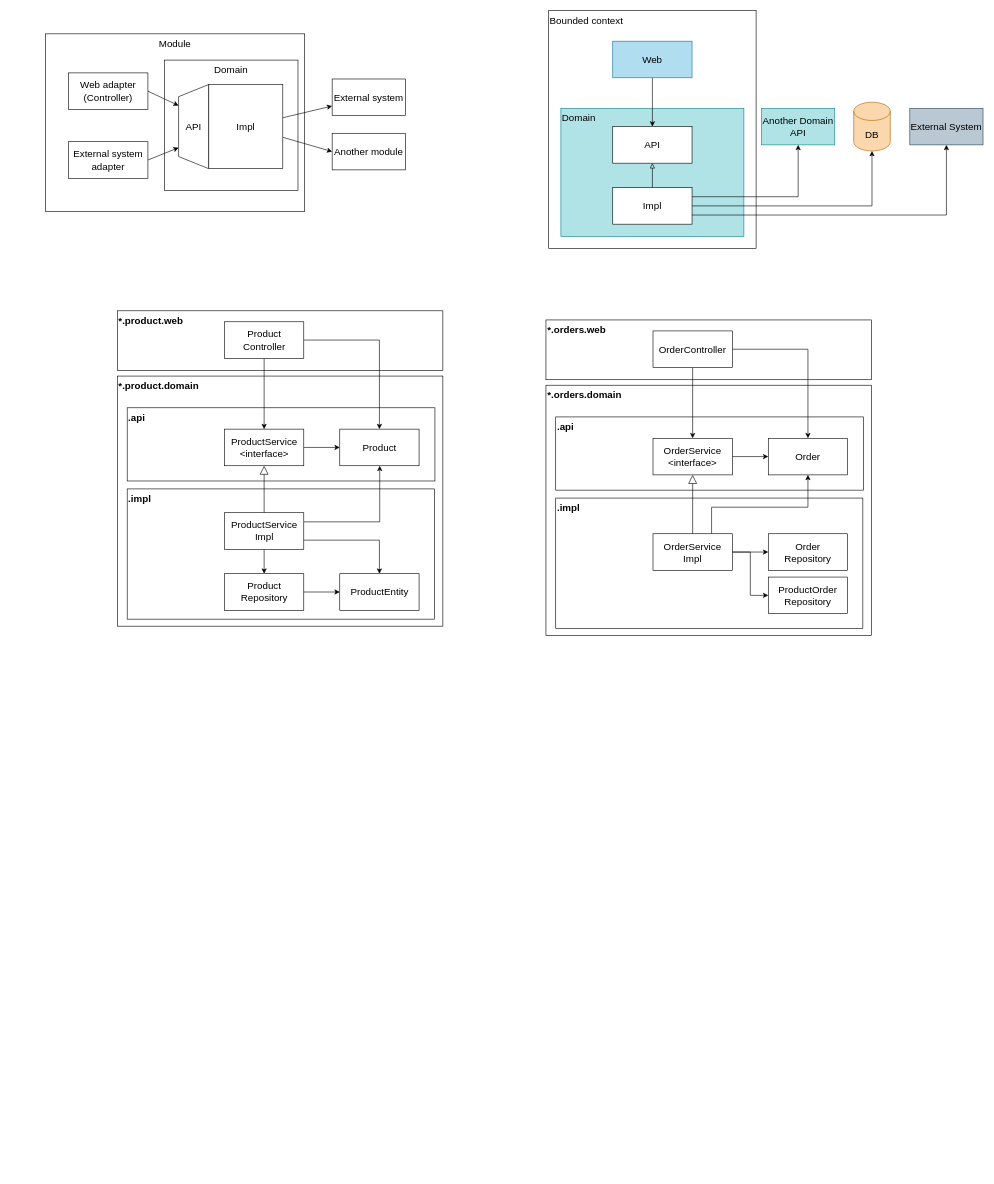
The draw.io diagram page "Yet another architecture" (5 of 5) of where-to-put-the-service.drawio in zatsepinvl/where-to-put-the-service, before the edit. Source tidied: cells renumbered, new cells numbered last; positions are measured from the earlier drawing's top-left corner, leaving out a move shared by most shapes. Both pictures are drawn from the tidied source at 61%, with x=0, y=0 at pixel (45, 10).
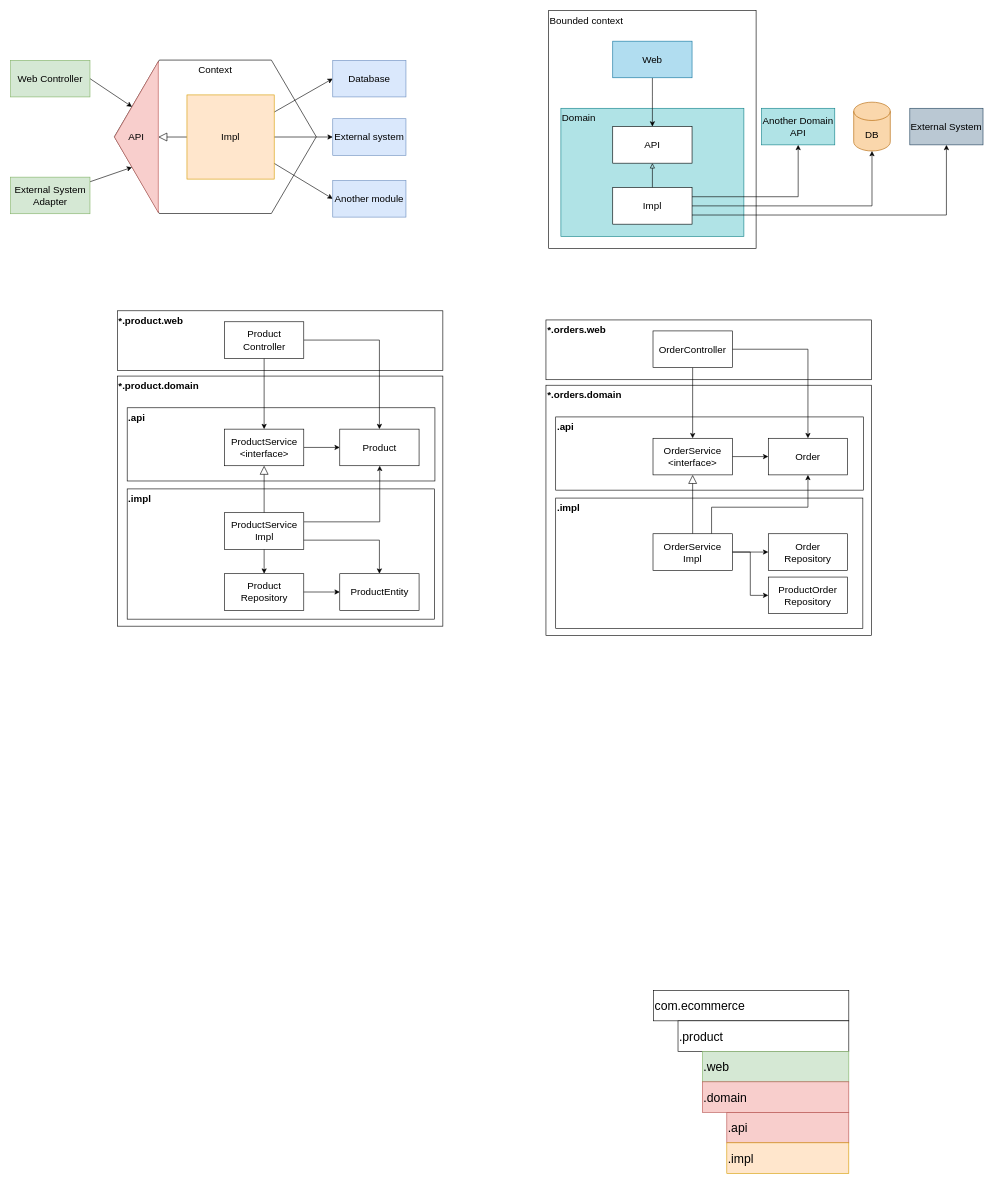
The same diagram, later.

Change to the diagram source:
```diff
@@
-    <mxCell id="2" value="Module" style="rounded=0;whiteSpace=wrap;html=1;fontSize=16;verticalAlign=top;align=center;" parent="1" vertex="1">
-      <mxGeometry y="38" width="425" height="291" as="geometry" />
-    </mxCell>
-    <mxCell id="3" value="Domain" style="rounded=0;whiteSpace=wrap;html=1;fontSize=16;verticalAlign=top;align=center;" parent="1" vertex="1">
-      <mxGeometry x="195" y="81" width="219" height="214" as="geometry" />
-    </mxCell>
+    <mxCell id="62" value="Context" style="shape=hexagon;perimeter=hexagonPerimeter2;whiteSpace=wrap;html=1;fixedSize=1;fontSize=16;size=73.60003662109375;verticalAlign=top;" parent="1" vertex="1">
+      <mxGeometry x="113" y="81" width="331" height="251.5" as="geometry" />
+    </mxCell>
@@
-    <mxCell id="52" value="API" style="shape=trapezoid;perimeter=trapezoidPerimeter;whiteSpace=wrap;html=1;fixedSize=1;rotation=90;horizontal=0;flipH=1;direction=east;flipV=1;fontSize=16;" parent="1" vertex="1">
-      <mxGeometry x="174" y="165.3" width="138.1" height="49.5" as="geometry" />
+    <mxCell id="52" value="API" style="shape=trapezoid;perimeter=trapezoidPerimeter;whiteSpace=wrap;html=1;fixedSize=1;rotation=90;horizontal=0;flipH=1;direction=east;flipV=1;fontSize=16;fillColor=#f8cecc;strokeColor=#b85450;size=147.16998168945315;" parent="1" vertex="1">
+      <mxGeometry x="25.2" y="171.2" width="247.8" height="71.9" as="geometry" />
     </mxCell>
-    <mxCell id="53" style="edgeStyle=none;rounded=0;jettySize=auto;html=1;fontSize=16;" parent="1" edge="1" source="55" target="60">
+    <mxCell id="53" style="edgeStyle=none;rounded=0;jettySize=auto;html=1;fontSize=16;entryX=0;entryY=0.5;entryDx=0;entryDy=0;" parent="1" edge="1" source="55" target="60">
       <mxGeometry relative="1" as="geometry" />
     </mxCell>
@@
+    <mxCell id="63" style="edgeStyle=none;rounded=0;jettySize=auto;html=1;startArrow=none;startFill=0;endArrow=block;endFill=0;fontSize=20;fontColor=none;endSize=12;" parent="1" edge="1" source="55" target="52">
+      <mxGeometry relative="1" as="geometry" />
+    </mxCell>
+    <mxCell id="64" style="edgeStyle=none;rounded=0;jettySize=auto;html=1;exitX=1;exitY=0.5;exitDx=0;exitDy=0;startArrow=none;startFill=0;endArrow=classic;endFill=1;fontSize=20;fontColor=none;" parent="1" edge="1" source="55" target="67">
+      <mxGeometry relative="1" as="geometry" />
+    </mxCell>
-    <mxCell id="55" value="Impl" style="rounded=0;whiteSpace=wrap;html=1;fontSize=16;" parent="1" vertex="1">
-      <mxGeometry x="267.8" y="121" width="121.3" height="138" as="geometry" />
+    <mxCell id="55" value="Impl" style="rounded=0;whiteSpace=wrap;html=1;fontSize=16;fillColor=#ffe6cc;strokeColor=#d79b00;" parent="1" vertex="1">
+      <mxGeometry x="232" y="138.1" width="143" height="138" as="geometry" />
     </mxCell>
-    <mxCell id="56" style="rounded=0;jettySize=auto;html=1;entryX=0.25;entryY=1;entryDx=0;entryDy=0;fontSize=16;" parent="1" edge="1" target="52">
-      <mxGeometry relative="1" as="geometry">
-        <mxPoint x="168" y="132" as="sourcePoint" />
-      </mxGeometry>
+    <mxCell id="56" style="rounded=0;jettySize=auto;html=1;fontSize=16;exitX=1;exitY=0.5;exitDx=0;exitDy=0;entryX=0;entryY=0.75;entryDx=0;entryDy=0;" parent="1" edge="1" source="57" target="52">
+      <mxGeometry relative="1" as="geometry" />
     </mxCell>
-    <mxCell id="57" value="Web adapter&lt;br&gt;(Controller)" style="rounded=0;whiteSpace=wrap;html=1;fontFamily=Arial;fontSize=16;shadow=0;" parent="1" vertex="1">
-      <mxGeometry x="38" y="102" width="130" height="60" as="geometry" />
+    <mxCell id="57" value="Web Controller" style="rounded=0;whiteSpace=wrap;html=1;fontFamily=Arial;fontSize=16;shadow=0;fillColor=#d5e8d4;strokeColor=#82b366;" parent="1" vertex="1">
+      <mxGeometry x="-57" y="81.4" width="130" height="60" as="geometry" />
     </mxCell>
-    <mxCell id="58" style="edgeStyle=none;rounded=0;jettySize=auto;html=1;entryX=0.75;entryY=1;entryDx=0;entryDy=0;fontSize=16;exitX=1;exitY=0.5;exitDx=0;exitDy=0;" parent="1" edge="1" source="59" target="52">
-      <mxGeometry relative="1" as="geometry" />
-    </mxCell>
-    <mxCell id="59" value="External system adapter" style="rounded=0;whiteSpace=wrap;html=1;fontFamily=Arial;fontSize=16;shadow=0;" parent="1" vertex="1">
-      <mxGeometry x="38" y="214.8" width="130" height="60" as="geometry" />
-    </mxCell>
-    <mxCell id="60" value="External system" style="rounded=0;whiteSpace=wrap;html=1;fontSize=16;" parent="1" vertex="1">
-      <mxGeometry x="470" y="112" width="120" height="60" as="geometry" />
+    <mxCell id="60" value="Database" style="rounded=0;whiteSpace=wrap;html=1;fontSize=16;fillColor=#dae8fc;strokeColor=#6c8ebf;" parent="1" vertex="1">
+      <mxGeometry x="471" y="81.4" width="120" height="60" as="geometry" />
     </mxCell>
-    <mxCell id="61" value="Another module" style="rounded=0;whiteSpace=wrap;html=1;fontSize=16;" parent="1" vertex="1">
-      <mxGeometry x="470" y="201" width="120" height="60" as="geometry" />
+    <mxCell id="61" value="Another module" style="rounded=0;whiteSpace=wrap;html=1;fontSize=16;fillColor=#dae8fc;strokeColor=#6c8ebf;" parent="1" vertex="1">
+      <mxGeometry x="471" y="278.4" width="120" height="60" as="geometry" />
     </mxCell>
+    <mxCell id="65" style="edgeStyle=none;rounded=0;jettySize=auto;html=1;startArrow=none;startFill=0;endArrow=classic;endFill=1;fontSize=20;fontColor=none;entryX=1;entryY=0.75;entryDx=0;entryDy=0;" parent="1" edge="1" source="66" target="52">
+      <mxGeometry relative="1" as="geometry" />
+    </mxCell>
+    <mxCell id="66" value="External System Adapter" style="rounded=0;whiteSpace=wrap;html=1;fontFamily=Arial;fontSize=16;shadow=0;fillColor=#d5e8d4;strokeColor=#82b366;" parent="1" vertex="1">
+      <mxGeometry x="-57" y="272.9" width="130" height="60" as="geometry" />
+    </mxCell>
+    <mxCell id="67" value="External system" style="rounded=0;whiteSpace=wrap;html=1;fontSize=16;fillColor=#dae8fc;strokeColor=#6c8ebf;" parent="1" vertex="1">
+      <mxGeometry x="471" y="177.1" width="120" height="60" as="geometry" />
+    </mxCell>
+    <mxCell id="68" value="com.ecommerce" style="rounded=0;whiteSpace=wrap;html=1;verticalAlign=middle;fontSize=20;align=left;" parent="1" vertex="1">
+      <mxGeometry x="997" y="1606" width="320" height="50" as="geometry" />
+    </mxCell>
+    <mxCell id="69" value=".product" style="rounded=0;whiteSpace=wrap;html=1;fontSize=20;fontColor=none;align=left;verticalAlign=middle;" parent="1" vertex="1">
+      <mxGeometry x="1037" y="1656" width="280" height="50" as="geometry" />
+    </mxCell>
+    <mxCell id="70" value=".web" style="rounded=0;whiteSpace=wrap;html=1;fontSize=20;align=left;fillColor=#d5e8d4;strokeColor=#82b366;verticalAlign=middle;" parent="1" vertex="1">
+      <mxGeometry x="1077" y="1706" width="240" height="50" as="geometry" />
+    </mxCell>
+    <mxCell id="71" value=".api" style="rounded=0;whiteSpace=wrap;html=1;fontSize=20;align=left;fillColor=#f8cecc;strokeColor=#b85450;verticalAlign=middle;" parent="1" vertex="1">
+      <mxGeometry x="1117" y="1806" width="200" height="50" as="geometry" />
+    </mxCell>
+    <mxCell id="72" value=".impl" style="rounded=0;whiteSpace=wrap;html=1;fontSize=20;align=left;fillColor=#ffe6cc;strokeColor=#d79b00;verticalAlign=middle;" parent="1" vertex="1">
+      <mxGeometry x="1117" y="1856" width="200" height="50" as="geometry" />
+    </mxCell>
+    <mxCell id="73" value=".domain" style="rounded=0;whiteSpace=wrap;html=1;fontSize=20;align=left;fillColor=#f8cecc;strokeColor=#b85450;verticalAlign=middle;" parent="1" vertex="1">
+      <mxGeometry x="1077" y="1756" width="240" height="50" as="geometry" />
+    </mxCell>
```
